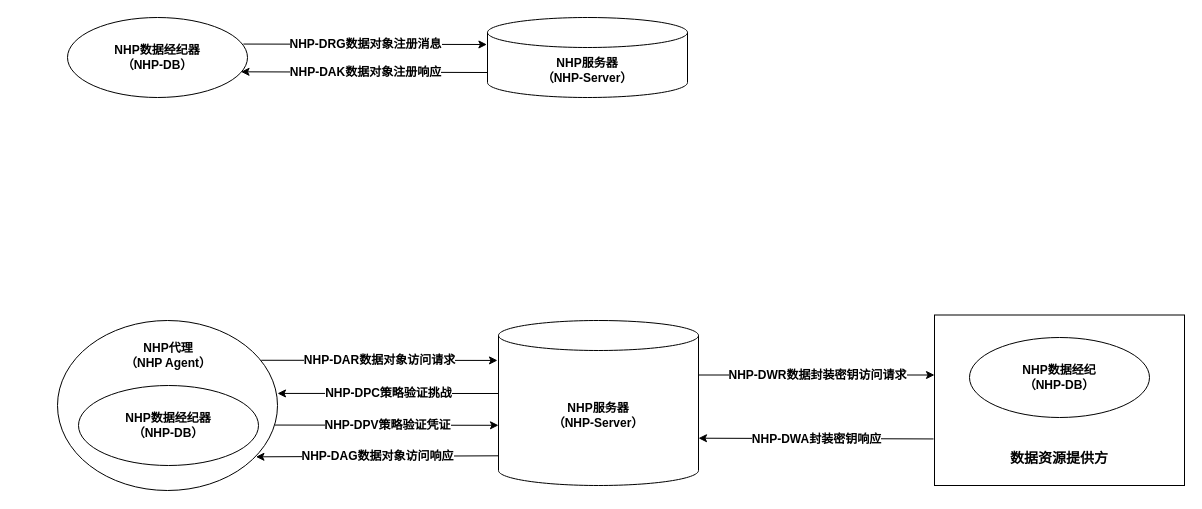
Above: dhp/opendhp_seperate_message_flow.drawio in wenhulove333/opendhp (draw.io), before the change. Source tidied: cells renumbered, new cells numbered last; positions are measured from the earlier drawing's top-left corner, leaving out a move shared by most shapes. Both pictures are drawn from the tidied source at 100%, with x=0, y=0 at pixel (57, 17).
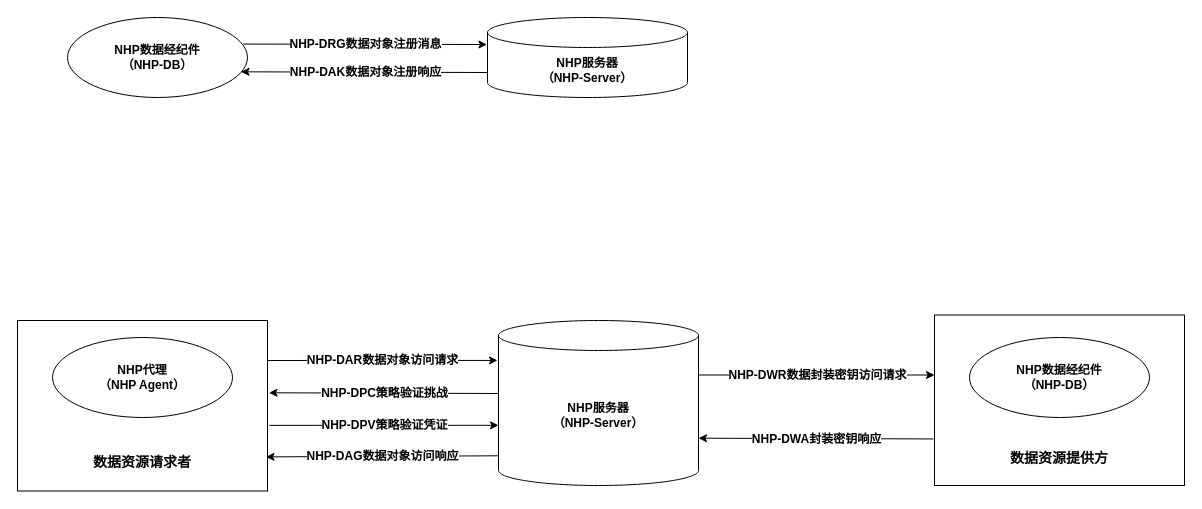
Above is the later version.

Unchanged cells that the change refers to:
```xml
<mxCell id="10" value="&lt;b&gt;NHP服务器&lt;/b&gt;&lt;div&gt;&lt;b&gt;（NHP-Server）&lt;/b&gt;&lt;/div&gt;" style="shape=cylinder3;whiteSpace=wrap;html=1;boundedLbl=1;backgroundOutline=1;size=15;fillColor=none;" parent="1" vertex="1">
  <mxGeometry x="441" y="303" width="200" height="165" as="geometry" />
</mxCell>
```

The edit, as a diff of the source:
```diff
@@
+    <mxCell id="27" style="rounded=0;whiteSpace=wrap;html=1;strokeWidth=1;fillColor=none;align=center;" parent="1" vertex="1">
+      <mxGeometry x="-40" y="303" width="250" height="170.5" as="geometry" />
+    </mxCell>
@@
-    <mxCell id="4" value="&lt;b&gt;NHP数据经纪器&lt;/b&gt;&lt;div&gt;&lt;b&gt;（NHP-DB）&lt;/b&gt;&lt;/div&gt;" style="ellipse;whiteSpace=wrap;html=1;fillColor=none;" parent="1" vertex="1">
+    <mxCell id="4" value="&lt;b&gt;NHP数据经纪件&lt;/b&gt;&lt;div&gt;&lt;b&gt;（NHP-DB）&lt;/b&gt;&lt;/div&gt;" style="ellipse;whiteSpace=wrap;html=1;fillColor=none;" parent="1" vertex="1">
       <mxGeometry x="10" width="180" height="80" as="geometry" />
     </mxCell>
@@
-    <mxCell id="9" style="ellipse;whiteSpace=wrap;html=1;fillColor=none;" parent="1" vertex="1">
-      <mxGeometry y="303" width="220" height="170" as="geometry" />
-    </mxCell>
@@
-    <mxCell id="11" value="&lt;b&gt;NHP数据经纪器&lt;/b&gt;&lt;div&gt;&lt;b&gt;（NHP-DB）&lt;/b&gt;&lt;/div&gt;" style="ellipse;whiteSpace=wrap;html=1;fillColor=none;" parent="1" vertex="1">
-      <mxGeometry x="21" y="368" width="180" height="80" as="geometry" />
-    </mxCell>
-    <mxCell id="12" style="endArrow=classic;html=1;rounded=0;entryX=-0.005;entryY=0.242;entryDx=0;entryDy=0;entryPerimeter=0;exitX=0.926;exitY=0.234;exitDx=0;exitDy=0;exitPerimeter=0;" parent="1" edge="1" source="9" target="10">
-      <mxGeometry relative="1" as="geometry" />
+    <mxCell id="12" style="endArrow=classic;html=1;rounded=0;entryX=-0.005;entryY=0.242;entryDx=0;entryDy=0;entryPerimeter=0;" parent="1" edge="1" target="10">
+      <mxGeometry relative="1" as="geometry">
+        <mxPoint x="210" y="343" as="sourcePoint" />
+      </mxGeometry>
     </mxCell>
@@
-    <mxCell id="14" style="endArrow=classic;html=1;rounded=0;exitX=-0.001;exitY=0.723;exitDx=0;exitDy=0;exitPerimeter=0;entryX=0.902;entryY=0.802;entryDx=0;entryDy=0;entryPerimeter=0;" parent="1" edge="1" target="9">
+    <mxCell id="14" style="endArrow=classic;html=1;rounded=0;exitX=-0.001;exitY=0.723;exitDx=0;exitDy=0;exitPerimeter=0;entryX=0.994;entryY=0.8;entryDx=0;entryDy=0;entryPerimeter=0;" parent="1" edge="1" target="27">
       <mxGeometry relative="1" as="geometry">
         <mxPoint x="440.8" y="438.3" as="sourcePoint" />
       </mxGeometry>
     </mxCell>
@@
-    <mxCell id="16" value="&lt;b&gt;NHP代理&lt;/b&gt;&lt;div&gt;&lt;b&gt;（NHP Agent）&lt;/b&gt;&lt;/div&gt;" style="text;html=1;align=center;verticalAlign=middle;whiteSpace=wrap;rounded=0;" parent="1" vertex="1">
-      <mxGeometry x="66" y="323" width="90" height="30" as="geometry" />
-    </mxCell>
-    <mxCell id="17" style="endArrow=classic;html=1;rounded=0;entryX=-0.005;entryY=0.242;entryDx=0;entryDy=0;entryPerimeter=0;exitX=0.988;exitY=0.615;exitDx=0;exitDy=0;exitPerimeter=0;" parent="1" edge="1" source="9">
+    <mxCell id="17" style="endArrow=classic;html=1;rounded=0;entryX=-0.005;entryY=0.242;entryDx=0;entryDy=0;entryPerimeter=0;exitX=1.008;exitY=0.615;exitDx=0;exitDy=0;exitPerimeter=0;" parent="1" edge="1" source="27">
       <mxGeometry relative="1" as="geometry">
         <mxPoint x="441" y="407.8" as="targetPoint" />
       </mxGeometry>
     </mxCell>
@@
-    <mxCell id="19" style="endArrow=classic;html=1;rounded=0;exitX=-0.001;exitY=0.723;exitDx=0;exitDy=0;exitPerimeter=0;entryX=1;entryY=0.429;entryDx=0;entryDy=0;entryPerimeter=0;" parent="1" edge="1" target="9">
+    <mxCell id="19" style="endArrow=classic;html=1;rounded=0;exitX=-0.001;exitY=0.723;exitDx=0;exitDy=0;exitPerimeter=0;entryX=1.006;entryY=0.424;entryDx=0;entryDy=0;entryPerimeter=0;" parent="1" edge="1" target="27">
       <mxGeometry relative="1" as="geometry">
         <mxPoint x="441" y="376" as="sourcePoint" />
       </mxGeometry>
     </mxCell>
@@
-    <mxCell id="21" value="&lt;b&gt;NHP数据经纪&lt;/b&gt;&lt;div&gt;&lt;b&gt;（NHP-DB）&lt;/b&gt;&lt;/div&gt;" style="ellipse;whiteSpace=wrap;html=1;fillColor=none;" parent="1" vertex="1">
+    <mxCell id="21" value="&lt;b&gt;NHP数据经纪件&lt;/b&gt;&lt;div&gt;&lt;b&gt;（NHP-DB）&lt;/b&gt;&lt;/div&gt;" style="ellipse;whiteSpace=wrap;html=1;fillColor=none;" parent="1" vertex="1">
       <mxGeometry x="912" y="320" width="180" height="80" as="geometry" />
     </mxCell>
@@
+    <mxCell id="28" value="&lt;b&gt;数据资源请求者&lt;/b&gt;" style="text;html=1;align=center;verticalAlign=middle;whiteSpace=wrap;rounded=0;fontSize=14;" parent="1" vertex="1">
+      <mxGeometry x="30" y="430" width="110" height="30" as="geometry" />
+    </mxCell>
+    <mxCell id="16" value="&lt;b&gt;NHP代理&lt;/b&gt;&lt;div&gt;&lt;b&gt;（NHP Agent）&lt;/b&gt;&lt;/div&gt;" style="ellipse;whiteSpace=wrap;html=1;fillColor=none;" parent="1" vertex="1">
+      <mxGeometry x="-5" y="320" width="180" height="80" as="geometry" />
+    </mxCell>
```
